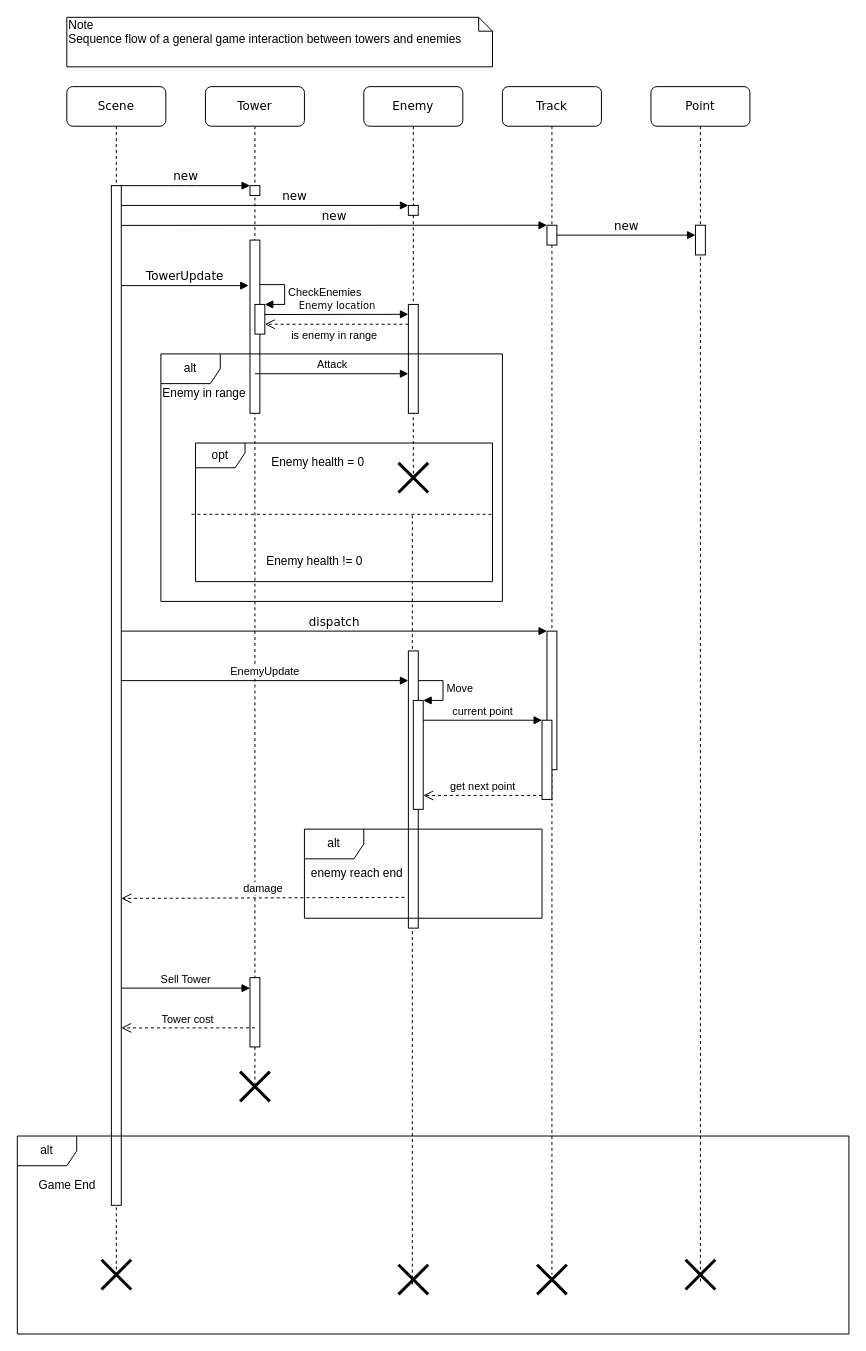
This is SequenceDiagram.drawio from Zircon332/DTyr1sem2, a draw.io file, before an edit. Source tidied: cells renumbered, new cells numbered last; positions are measured from the earlier drawing's top-left corner, leaving out a move shared by most shapes. Both pictures are drawn from the tidied source at 99%, with x=0, y=0 at pixel (17, 17).
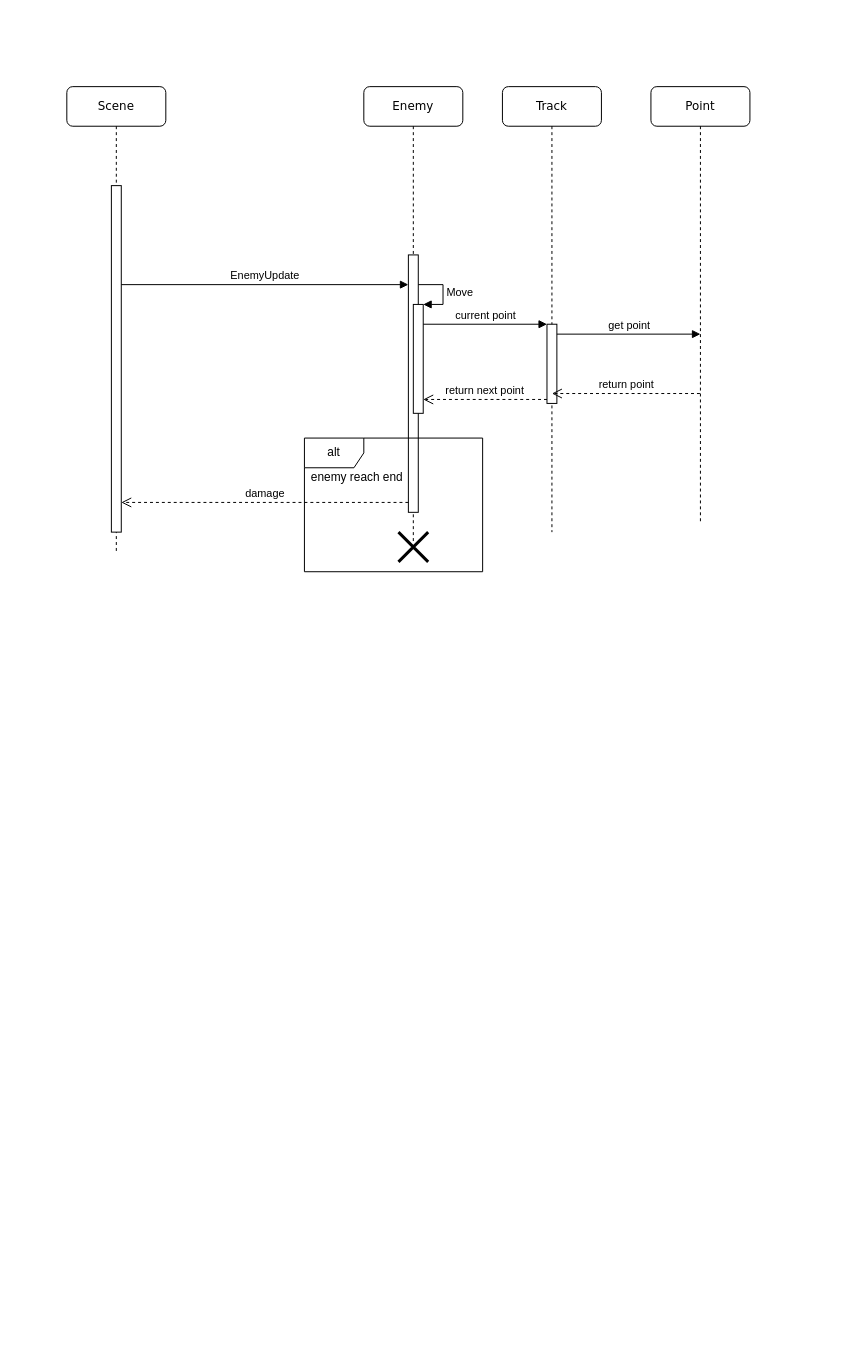
After the change.

The change refers to these unchanged cells:
```xml
<mxCell id="11" value="Enemy" style="shape=umlLifeline;perimeter=lifelinePerimeter;whiteSpace=wrap;html=1;rounded=1;shadow=0;comic=0;labelBackgroundColor=none;strokeWidth=1;fontFamily=Verdana;fontSize=12;align=center;" parent="1" vertex="1">
  <mxGeometry x="350" y="70" width="100" height="400" as="geometry" />
</mxCell>
```

Diff of the diagram source:
```diff
@@
-    <mxCell id="2" value="Tower" style="shape=umlLifeline;perimeter=lifelinePerimeter;whiteSpace=wrap;html=1;rounded=1;shadow=0;comic=0;labelBackgroundColor=none;strokeWidth=1;fontFamily=Verdana;fontSize=12;align=center;" parent="1" vertex="1">
-      <mxGeometry x="190" y="70" width="100" height="1010" as="geometry" />
-    </mxCell>
-    <mxCell id="3" style="html=1;points=[];perimeter=orthogonalPerimeter;rounded=0;shadow=0;comic=0;labelBackgroundColor=none;strokeWidth=1;fontFamily=Verdana;fontSize=12;align=center;" parent="2" vertex="1">
-      <mxGeometry x="45" y="100" width="10" height="10" as="geometry" />
-    </mxCell>
-    <mxCell id="4" style="html=1;points=[];perimeter=orthogonalPerimeter;rounded=0;shadow=0;comic=0;labelBackgroundColor=none;strokeWidth=1;fontFamily=Verdana;fontSize=12;align=center;" parent="2" vertex="1">
-      <mxGeometry x="45" y="155" width="10" height="175" as="geometry" />
-    </mxCell>
-    <mxCell id="5" style="html=1;points=[];perimeter=orthogonalPerimeter;" parent="2" vertex="1">
-      <mxGeometry x="50" y="220" width="10" height="30" as="geometry" />
-    </mxCell>
-    <mxCell id="6" value="CheckEnemies" style="edgeStyle=orthogonalEdgeStyle;html=1;align=left;spacingLeft=2;endArrow=block;rounded=0;entryX=1;entryY=0;" parent="2" edge="1" target="5">
-      <mxGeometry relative="1" as="geometry">
-        <mxPoint x="55" y="200" as="sourcePoint" />
-        <Array as="points">
-          <mxPoint x="80" y="200" />
-        </Array>
-      </mxGeometry>
-    </mxCell>
-    <mxCell id="7" value="is enemy in range" style="html=1;verticalAlign=bottom;endArrow=open;dashed=1;endSize=8;" parent="2" edge="1" source="29">
-      <mxGeometry x="0.03" y="20" relative="1" as="geometry">
-        <mxPoint x="60" y="240" as="targetPoint" />
-      </mxGeometry>
-    </mxCell>
-    <mxCell id="8" value="Attack" style="html=1;verticalAlign=bottom;endArrow=block;" parent="2" edge="1" target="29">
-      <mxGeometry relative="1" as="geometry">
-        <mxPoint x="50" y="290" as="sourcePoint" />
-      </mxGeometry>
-    </mxCell>
-    <mxCell id="9" style="html=1;points=[];perimeter=orthogonalPerimeter;rounded=0;shadow=0;comic=0;labelBackgroundColor=none;strokeWidth=1;fontFamily=Verdana;fontSize=12;align=center;" parent="2" vertex="1">
-      <mxGeometry x="45" y="900" width="10" height="70" as="geometry" />
-    </mxCell>
-    <mxCell id="10" style="shape=umlDestroy;whiteSpace=wrap;html=1;strokeWidth=3;" parent="2" vertex="1">
-      <mxGeometry x="35" y="995" width="30" height="30" as="geometry" />
-    </mxCell>
@@
-    <mxCell id="12" style="html=1;points=[];perimeter=orthogonalPerimeter;rounded=0;shadow=0;comic=0;labelBackgroundColor=none;strokeWidth=1;fontFamily=Verdana;fontSize=12;align=center;" parent="11" vertex="1">
-      <mxGeometry x="45" y="120" width="10" height="10" as="geometry" />
-    </mxCell>
-    <mxCell id="13" style="shape=umlDestroy;whiteSpace=wrap;html=1;strokeWidth=3;" parent="11" vertex="1">
-      <mxGeometry x="35" y="380" width="30" height="30" as="geometry" />
-    </mxCell>
     <mxCell id="14" value="Track" style="shape=umlLifeline;perimeter=lifelinePerimeter;whiteSpace=wrap;html=1;rounded=1;shadow=0;comic=0;labelBackgroundColor=none;strokeWidth=1;fontFamily=Verdana;fontSize=12;align=center;" parent="1" vertex="1">
-      <mxGeometry x="490" y="70" width="100" height="1200" as="geometry" />
+      <mxGeometry x="490" y="70" width="100" height="450" as="geometry" />
     </mxCell>
-    <mxCell id="15" style="html=1;points=[];perimeter=orthogonalPerimeter;rounded=0;shadow=0;comic=0;labelBackgroundColor=none;strokeWidth=1;fontFamily=Verdana;fontSize=12;align=center;" parent="14" vertex="1">
-      <mxGeometry x="45" y="550" width="10" height="140" as="geometry" />
-    </mxCell>
-    <mxCell id="16" value="dispatch" style="html=1;verticalAlign=bottom;endArrow=block;entryX=0;entryY=0;labelBackgroundColor=none;fontFamily=Verdana;fontSize=12;" parent="14" edge="1" target="15">
-      <mxGeometry relative="1" as="geometry">
-        <mxPoint x="-385" y="550" as="sourcePoint" />
-      </mxGeometry>
-    </mxCell>
+    <mxCell id="55" style="group;" parent="14" vertex="1">
+      <mxGeometry x="45" y="240" width="10" height="80" as="geometry" />
+    </mxCell>
-    <mxCell id="17" style="html=1;points=[];perimeter=orthogonalPerimeter;" parent="14" vertex="1">
-      <mxGeometry x="40" y="640" width="10" height="80" as="geometry" />
+    <mxCell id="17" style="html=1;points=[];perimeter=orthogonalPerimeter;" parent="55" vertex="1">
+      <mxGeometry width="10" height="80" as="geometry" />
     </mxCell>
     <mxCell id="18" value="Scene" style="shape=umlLifeline;perimeter=lifelinePerimeter;whiteSpace=wrap;html=1;rounded=1;shadow=0;comic=0;labelBackgroundColor=none;strokeWidth=1;fontFamily=Verdana;fontSize=12;align=center;" parent="1" vertex="1">
-      <mxGeometry x="50" y="70" width="100" height="1200" as="geometry" />
+      <mxGeometry x="50" y="70" width="100" height="470" as="geometry" />
     </mxCell>
     <mxCell id="19" style="html=1;points=[];perimeter=orthogonalPerimeter;rounded=0;shadow=0;comic=0;labelBackgroundColor=none;strokeWidth=1;fontFamily=Verdana;fontSize=12;align=center;" parent="18" vertex="1">
-      <mxGeometry x="45" y="100" width="10" height="1030" as="geometry" />
+      <mxGeometry x="45" y="100" width="10" height="350" as="geometry" />
     </mxCell>
-    <mxCell id="20" style="html=1;points=[];perimeter=orthogonalPerimeter;rounded=0;shadow=0;comic=0;labelBackgroundColor=none;strokeWidth=1;fontFamily=Verdana;fontSize=12;align=center;" parent="1" vertex="1">
-      <mxGeometry x="535" y="210" width="10" height="20" as="geometry" />
-    </mxCell>
-    <mxCell id="21" value="new" style="html=1;verticalAlign=bottom;endArrow=block;labelBackgroundColor=none;fontFamily=Verdana;fontSize=12;edgeStyle=elbowEdgeStyle;elbow=vertical;exitX=0.981;exitY=0.039;exitDx=0;exitDy=0;exitPerimeter=0;" parent="1" edge="1" source="19" target="20">
-      <mxGeometry relative="1" as="geometry">
-        <Array as="points">
-          <mxPoint x="320" y="210" />
-        </Array>
-      </mxGeometry>
-    </mxCell>
-    <mxCell id="22" value="new" style="html=1;verticalAlign=bottom;endArrow=block;entryX=0;entryY=0;labelBackgroundColor=none;fontFamily=Verdana;fontSize=12;edgeStyle=elbowEdgeStyle;elbow=vertical;" parent="1" edge="1" source="19" target="3">
-      <mxGeometry relative="1" as="geometry" />
-    </mxCell>
-    <mxCell id="23" value="new" style="html=1;verticalAlign=bottom;endArrow=block;entryX=0;entryY=0;labelBackgroundColor=none;fontFamily=Verdana;fontSize=12;edgeStyle=elbowEdgeStyle;elbow=vertical;" parent="1" edge="1" source="19" target="12">
-      <mxGeometry x="0.21" relative="1" as="geometry" />
-    </mxCell>
     <mxCell id="24" value="Point" style="shape=umlLifeline;perimeter=lifelinePerimeter;whiteSpace=wrap;html=1;rounded=1;shadow=0;comic=0;labelBackgroundColor=none;strokeWidth=1;fontFamily=Verdana;fontSize=12;align=center;" parent="1" vertex="1">
-      <mxGeometry x="640" y="70" width="100" height="1210" as="geometry" />
+      <mxGeometry x="640" y="70" width="100" height="440" as="geometry" />
     </mxCell>
-    <mxCell id="25" style="html=1;points=[];perimeter=orthogonalPerimeter;rounded=0;shadow=0;comic=0;labelBackgroundColor=none;strokeWidth=1;fontFamily=Verdana;fontSize=12;align=center;" parent="1" vertex="1">
-      <mxGeometry x="685" y="210" width="10" height="30" as="geometry" />
-    </mxCell>
-    <mxCell id="26" value="new" style="html=1;verticalAlign=bottom;endArrow=block;labelBackgroundColor=none;fontFamily=Verdana;fontSize=12;edgeStyle=elbowEdgeStyle;elbow=vertical;" parent="1" edge="1" target="25">
-      <mxGeometry relative="1" as="geometry">
-        <mxPoint x="545" y="220" as="sourcePoint" />
-      </mxGeometry>
-    </mxCell>
-    <mxCell id="27" value="TowerUpdate" style="html=1;verticalAlign=bottom;endArrow=block;labelBackgroundColor=none;fontFamily=Verdana;fontSize=12;edgeStyle=elbowEdgeStyle;elbow=vertical;entryX=-0.133;entryY=0.262;entryDx=0;entryDy=0;entryPerimeter=0;" parent="1" edge="1" source="19" target="4">
-      <mxGeometry relative="1" as="geometry">
-        <Array as="points">
-          <mxPoint x="180" y="271" />
-        </Array>
-      </mxGeometry>
-    </mxCell>
-    <mxCell id="28" value="&lt;font style=&quot;font-size: 10px&quot;&gt;Enemy location&lt;/font&gt;" style="html=1;verticalAlign=bottom;endArrow=block;labelBackgroundColor=none;fontFamily=Verdana;fontSize=12;edgeStyle=elbowEdgeStyle;elbow=vertical;exitX=1.028;exitY=0.203;exitDx=0;exitDy=0;exitPerimeter=0;" parent="1" edge="1" target="29">
-      <mxGeometry relative="1" as="geometry">
-        <mxPoint x="249.9" y="300.2" as="sourcePoint" />
-      </mxGeometry>
-    </mxCell>
-    <mxCell id="29" style="html=1;points=[];perimeter=orthogonalPerimeter;rounded=0;shadow=0;comic=0;labelBackgroundColor=none;strokeWidth=1;fontFamily=Verdana;fontSize=12;align=center;" parent="1" vertex="1">
-      <mxGeometry x="395" y="290" width="10" height="110" as="geometry" />
-    </mxCell>
-    <mxCell id="30" value="opt" style="shape=umlFrame;whiteSpace=wrap;html=1;width=50;height=25;" parent="1" vertex="1">
-      <mxGeometry x="180" y="430" width="300" height="140" as="geometry" />
-    </mxCell>
-    <mxCell id="31" value="Enemy health = 0" style="text;html=1;align=left;verticalAlign=top;spacingTop=-4;" parent="1" vertex="1">
-      <mxGeometry x="255" y="440" width="110" height="20" as="geometry" />
-    </mxCell>
-    <mxCell id="32" style="endArrow=none;dashed=1;html=1;" parent="1" edge="1">
-      <mxGeometry relative="1" as="geometry">
-        <mxPoint x="176" y="502" as="sourcePoint" />
-        <mxPoint x="481" y="502" as="targetPoint" />
-      </mxGeometry>
-    </mxCell>
-    <mxCell id="33" value="Enemy health != 0" style="text;html=1;align=left;verticalAlign=top;spacingTop=-4;" parent="1" vertex="1">
-      <mxGeometry x="250" y="540" width="110" height="20" as="geometry" />
-    </mxCell>
-    <mxCell id="34" style="endArrow=none;dashed=1;html=1;" parent="1" edge="1">
-      <mxGeometry relative="1" as="geometry">
-        <mxPoint x="399" y="1280" as="sourcePoint" />
-        <mxPoint x="399" y="500" as="targetPoint" />
-      </mxGeometry>
-    </mxCell>
-    <mxCell id="35" value="alt" style="shape=umlFrame;whiteSpace=wrap;html=1;" parent="1" vertex="1">
-      <mxGeometry x="145" y="340" width="345" height="250" as="geometry" />
-    </mxCell>
-    <mxCell id="36" value="Enemy in range" style="text;html=1;align=left;verticalAlign=top;spacingTop=-4;" parent="1" vertex="1">
-      <mxGeometry x="145" y="370" width="100" height="20" as="geometry" />
-    </mxCell>
     <mxCell id="37" style="html=1;points=[];perimeter=orthogonalPerimeter;rounded=0;shadow=0;comic=0;labelBackgroundColor=none;strokeWidth=1;fontFamily=Verdana;fontSize=12;align=center;" parent="1" vertex="1">
-      <mxGeometry x="395" y="640" width="10" height="280" as="geometry" />
+      <mxGeometry x="395" y="240" width="10" height="260" as="geometry" />
     </mxCell>
     <mxCell id="38" value="EnemyUpdate" style="html=1;verticalAlign=bottom;endArrow=block;" parent="1" edge="1" target="37">
       <mxGeometry relative="1" as="geometry">
-        <mxPoint x="105" y="670" as="sourcePoint" />
+        <mxPoint x="105" y="270" as="sourcePoint" />
       </mxGeometry>
     </mxCell>
     <mxCell id="39" style="html=1;points=[];perimeter=orthogonalPerimeter;" parent="1" vertex="1">
-      <mxGeometry x="400" y="690" width="10" height="110" as="geometry" />
+      <mxGeometry x="400" y="290" width="10" height="110" as="geometry" />
     </mxCell>
     <mxCell id="40" value="Move" style="edgeStyle=orthogonalEdgeStyle;html=1;align=left;spacingLeft=2;endArrow=block;rounded=0;entryX=1;entryY=0;" parent="1" edge="1" target="39">
       <mxGeometry relative="1" as="geometry">
-        <mxPoint x="405" y="670" as="sourcePoint" />
+        <mxPoint x="405" y="270" as="sourcePoint" />
         <Array as="points">
-          <mxPoint x="430" y="670" />
+          <mxPoint x="430" y="270" />
         </Array>
       </mxGeometry>
     </mxCell>
     <mxCell id="41" value="current point" style="html=1;verticalAlign=bottom;endArrow=block;entryX=0;entryY=0;" parent="1" edge="1" target="17">
       <mxGeometry relative="1" as="geometry">
-        <mxPoint x="410" y="710" as="sourcePoint" />
+        <mxPoint x="410" y="310" as="sourcePoint" />
       </mxGeometry>
     </mxCell>
-    <mxCell id="42" value="get next point" style="html=1;verticalAlign=bottom;endArrow=open;dashed=1;endSize=8;exitX=0;exitY=0.95;" parent="1" edge="1" source="17">
+    <mxCell id="42" value="return next point" style="html=1;verticalAlign=bottom;endArrow=open;dashed=1;endSize=8;exitX=0;exitY=0.95;" parent="1" edge="1" source="17">
       <mxGeometry relative="1" as="geometry">
-        <mxPoint x="410" y="786" as="targetPoint" />
+        <mxPoint x="410" y="386" as="targetPoint" />
       </mxGeometry>
     </mxCell>
     <mxCell id="43" value="alt" style="shape=umlFrame;whiteSpace=wrap;html=1;" parent="1" vertex="1">
-      <mxGeometry x="290" y="820" width="240" height="90" as="geometry" />
+      <mxGeometry x="290" y="425" width="180" height="135" as="geometry" />
     </mxCell>
     <mxCell id="44" value="enemy reach end" style="text;html=1;align=left;verticalAlign=top;spacingTop=-4;" parent="1" vertex="1">
-      <mxGeometry x="295" y="855" width="110" height="20" as="geometry" />
+      <mxGeometry x="295" y="455" width="110" height="20" as="geometry" />
     </mxCell>
-    <mxCell id="45" value="damage" style="html=1;verticalAlign=bottom;endArrow=open;dashed=1;endSize=8;exitX=-0.4;exitY=0.889;exitDx=0;exitDy=0;exitPerimeter=0;" parent="1" edge="1" source="37">
+    <mxCell id="45" value="damage" style="html=1;verticalAlign=bottom;endArrow=open;dashed=1;endSize=8;" parent="1" edge="1" source="37">
       <mxGeometry relative="1" as="geometry">
-        <mxPoint x="105" y="890" as="targetPoint" />
+        <mxPoint x="105" y="490" as="targetPoint" />
       </mxGeometry>
     </mxCell>
-    <mxCell id="46" value="Sell Tower" style="html=1;verticalAlign=bottom;endArrow=block;exitX=1.014;exitY=0.787;exitDx=0;exitDy=0;exitPerimeter=0;" parent="1" edge="1" source="19" target="9">
-      <mxGeometry relative="1" as="geometry" />
-    </mxCell>
-    <mxCell id="47" value="Tower cost" style="html=1;verticalAlign=bottom;endArrow=open;dashed=1;endSize=8;entryX=1;entryY=0.826;entryDx=0;entryDy=0;entryPerimeter=0;exitX=0.5;exitY=0.725;exitDx=0;exitDy=0;exitPerimeter=0;" parent="1" edge="1" source="9" target="19">
-      <mxGeometry relative="1" as="geometry" />
-    </mxCell>
-    <mxCell id="48" value="alt" style="shape=umlFrame;whiteSpace=wrap;html=1;" parent="1" vertex="1">
-      <mxGeometry y="1130" width="840" height="200" as="geometry" />
-    </mxCell>
-    <mxCell id="49" value="Game End" style="text;html=1;align=left;verticalAlign=top;spacingTop=-4;" parent="1" vertex="1">
-      <mxGeometry x="20" y="1170" width="70" height="20" as="geometry" />
-    </mxCell>
-    <mxCell id="50" style="shape=umlDestroy;whiteSpace=wrap;html=1;strokeWidth=3;" parent="1" vertex="1">
-      <mxGeometry x="85" y="1255" width="30" height="30" as="geometry" />
-    </mxCell>
-    <mxCell id="51" style="shape=umlDestroy;whiteSpace=wrap;html=1;strokeWidth=3;" parent="1" vertex="1">
-      <mxGeometry x="385" y="1260" width="30" height="30" as="geometry" />
-    </mxCell>
-    <mxCell id="52" style="shape=umlDestroy;whiteSpace=wrap;html=1;strokeWidth=3;" parent="1" vertex="1">
-      <mxGeometry x="525" y="1260" width="30" height="30" as="geometry" />
-    </mxCell>
-    <mxCell id="53" style="shape=umlDestroy;whiteSpace=wrap;html=1;strokeWidth=3;" parent="1" vertex="1">
-      <mxGeometry x="675" y="1255" width="30" height="30" as="geometry" />
-    </mxCell>
-    <mxCell id="54" value="Note&lt;br&gt;Sequence flow of a general game interaction between towers and enemies" style="shape=note;whiteSpace=wrap;html=1;size=14;verticalAlign=top;align=left;spacingTop=-6;" parent="1" vertex="1">
-      <mxGeometry x="50" width="430" height="50" as="geometry" />
-    </mxCell>
+    <mxCell id="56" value="get point" style="html=1;verticalAlign=bottom;endArrow=block;" parent="1" edge="1" source="17">
+      <mxGeometry relative="1" as="geometry">
+        <mxPoint x="690" y="320" as="targetPoint" />
+      </mxGeometry>
+    </mxCell>
+    <mxCell id="57" value="return point" style="html=1;verticalAlign=bottom;endArrow=open;dashed=1;endSize=8;" parent="1" edge="1">
+      <mxGeometry relative="1" as="geometry">
+        <mxPoint x="689.5" y="380" as="sourcePoint" />
+        <mxPoint x="540" y="380" as="targetPoint" />
+      </mxGeometry>
+    </mxCell>
+    <mxCell id="58" style="endArrow=none;dashed=1;html=1;" parent="1" edge="1">
+      <mxGeometry relative="1" as="geometry">
+        <mxPoint x="400" y="529" as="sourcePoint" />
+        <mxPoint x="400" y="500" as="targetPoint" />
+      </mxGeometry>
+    </mxCell>
+    <mxCell id="59" style="shape=umlDestroy;whiteSpace=wrap;html=1;strokeWidth=3;" parent="1" vertex="1">
+      <mxGeometry x="385" y="520" width="30" height="30" as="geometry" />
+    </mxCell>
```
